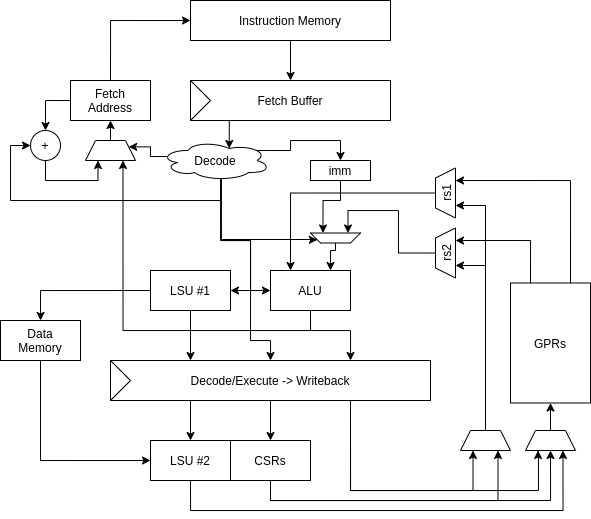
This is docs/pipeline-diagram.png from ben-marshall/croyde-riscv, a draw.io export, as it was before one commit. Source tidied: cells renumbered, new cells last; positions are measured from the earlier drawing's top-left corner, leaving out a move shared by most shapes.
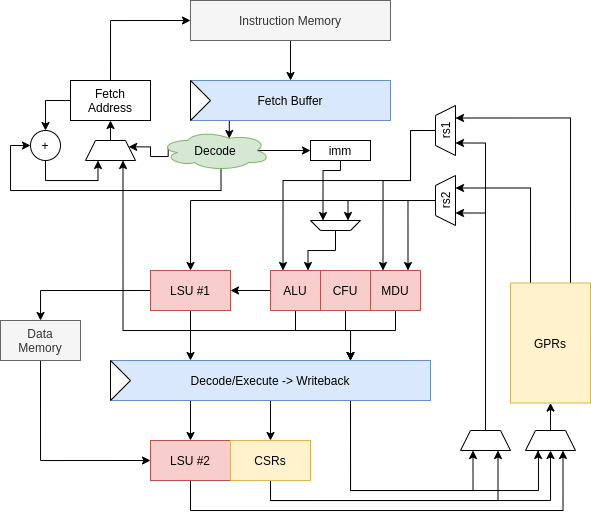
Later version of the same file.

Commit message:
docs: Update pipeline diagram

The edit, as a diff of the source:
```diff
@@ -5,13 +5,13 @@
     <mxCell id="2" style="edgeStyle=orthogonalEdgeStyle;rounded=0;jettySize=auto;html=1;exitX=0.25;exitY=1;exitDx=0;exitDy=0;entryX=0.625;entryY=0.2;entryDx=0;entryDy=0;entryPerimeter=0;" parent="1" edge="1" source="3" target="31">
       <mxGeometry relative="1" as="geometry" />
     </mxCell>
-    <mxCell id="3" value="Fetch Buffer" style="rounded=0;whiteSpace=wrap;html=1;" parent="1" vertex="1">
+    <mxCell id="3" value="Fetch Buffer" style="rounded=0;whiteSpace=wrap;html=1;fillColor=#dae8fc;strokeColor=#6c8ebf;" parent="1" vertex="1">
       <mxGeometry x="190" y="80" width="200" height="40" as="geometry" />
     </mxCell>
     <mxCell id="4" style="edgeStyle=orthogonalEdgeStyle;rounded=0;jettySize=auto;html=1;exitX=0.5;exitY=1;exitDx=0;exitDy=0;entryX=0.5;entryY=0;entryDx=0;entryDy=0;" parent="1" edge="1" source="5" target="3">
       <mxGeometry relative="1" as="geometry" />
     </mxCell>
-    <mxCell id="5" value="Instruction Memory" style="rounded=0;whiteSpace=wrap;html=1;" parent="1" vertex="1">
+    <mxCell id="5" value="Instruction Memory" style="rounded=0;whiteSpace=wrap;html=1;fillColor=#f5f5f5;strokeColor=#666666;fontColor=#333333;" parent="1" vertex="1">
       <mxGeometry x="190" width="200" height="40" as="geometry" />
     </mxCell>
     <mxCell id="6" style="edgeStyle=orthogonalEdgeStyle;rounded=0;jettySize=auto;html=1;exitX=0.5;exitY=0;exitDx=0;exitDy=0;entryX=0;entryY=0.5;entryDx=0;entryDy=0;" parent="1" edge="1" source="8" target="5">
@@ -23,142 +23,128 @@
     <mxCell id="8" value="Fetch&lt;br&gt;Address" style="rounded=0;whiteSpace=wrap;html=1;" parent="1" vertex="1">
       <mxGeometry x="70" y="80" width="80" height="40" as="geometry" />
     </mxCell>
-    <mxCell id="9" style="edgeStyle=orthogonalEdgeStyle;rounded=0;jettySize=auto;html=1;exitX=0.5;exitY=1;exitDx=0;exitDy=0;entryX=0.75;entryY=0;entryDx=0;entryDy=0;" parent="1" edge="1" source="11" target="40">
+    <mxCell id="9" style="edgeStyle=orthogonalEdgeStyle;rounded=0;jettySize=auto;html=1;exitX=0.5;exitY=1;exitDx=0;exitDy=0;entryX=0.75;entryY=0;entryDx=0;entryDy=0;" parent="1" edge="1" source="12" target="40">
       <mxGeometry relative="1" as="geometry">
         <Array as="points">
-          <mxPoint x="310" y="330" />
+          <mxPoint x="295" y="330" />
           <mxPoint x="350" y="330" />
         </Array>
       </mxGeometry>
     </mxCell>
-    <mxCell id="10" style="edgeStyle=orthogonalEdgeStyle;rounded=0;jettySize=auto;html=1;exitX=0.5;exitY=1;exitDx=0;exitDy=0;entryX=0.75;entryY=1;entryDx=0;entryDy=0;" parent="1" edge="1" source="11" target="54">
+    <mxCell id="10" style="edgeStyle=orthogonalEdgeStyle;rounded=0;jettySize=auto;html=1;exitX=0.5;exitY=1;exitDx=0;exitDy=0;entryX=0.75;entryY=1;entryDx=0;entryDy=0;" parent="1" edge="1" source="12" target="54">
       <mxGeometry relative="1" as="geometry" />
     </mxCell>
-    <mxCell id="11" value="ALU" style="rounded=0;whiteSpace=wrap;html=1;" parent="1" vertex="1">
-      <mxGeometry x="270" y="270" width="80" height="40" as="geometry" />
+    <mxCell id="11" style="edgeStyle=orthogonalEdgeStyle;rounded=0;jettySize=auto;html=1;exitX=0;exitY=0.5;exitDx=0;exitDy=0;entryX=1;entryY=0.5;entryDx=0;entryDy=0;" parent="1" edge="1" source="12" target="15">
+      <mxGeometry relative="1" as="geometry" />
     </mxCell>
-    <mxCell id="12" style="edgeStyle=orthogonalEdgeStyle;rounded=0;jettySize=auto;html=1;exitX=0;exitY=0.5;exitDx=0;exitDy=0;" parent="1" edge="1" source="14" target="16">
-      <mxGeometry relative="1" as="geometry" />
+    <mxCell id="12" value="ALU" style="rounded=0;whiteSpace=wrap;html=1;fillColor=#f8cecc;strokeColor=#b85450;" parent="1" vertex="1">
+      <mxGeometry x="270" y="270" width="50" height="40" as="geometry" />
     </mxCell>
-    <mxCell id="13" style="edgeStyle=orthogonalEdgeStyle;rounded=0;jettySize=auto;html=1;exitX=0.5;exitY=1;exitDx=0;exitDy=0;entryX=0.25;entryY=0;entryDx=0;entryDy=0;" parent="1" edge="1" source="14" target="40">
+    <mxCell id="13" style="edgeStyle=orthogonalEdgeStyle;rounded=0;jettySize=auto;html=1;exitX=0;exitY=0.5;exitDx=0;exitDy=0;" parent="1" edge="1" source="15" target="17">
       <mxGeometry relative="1" as="geometry" />
     </mxCell>
-    <mxCell id="14" value="LSU #1" style="rounded=0;whiteSpace=wrap;html=1;" parent="1" vertex="1">
-      <mxGeometry x="150" y="270" width="80" height="40" as="geometry" />
+    <mxCell id="14" style="edgeStyle=orthogonalEdgeStyle;rounded=0;jettySize=auto;html=1;exitX=0.5;exitY=1;exitDx=0;exitDy=0;entryX=0.25;entryY=0;entryDx=0;entryDy=0;" parent="1" edge="1" source="15" target="40">
+      <mxGeometry relative="1" as="geometry" />
     </mxCell>
-    <mxCell id="15" style="edgeStyle=orthogonalEdgeStyle;rounded=0;jettySize=auto;html=1;exitX=0.5;exitY=1;exitDx=0;exitDy=0;entryX=0;entryY=0.5;entryDx=0;entryDy=0;" parent="1" edge="1" source="16" target="44">
-      <mxGeometry relative="1" as="geometry" />
+    <mxCell id="15" value="LSU #1" style="rounded=0;whiteSpace=wrap;html=1;fillColor=#f8cecc;strokeColor=#b85450;" parent="1" vertex="1">
+      <mxGeometry x="150" y="270" width="80" height="40" as="geometry" />
     </mxCell>
-    <mxCell id="16" value="Data&lt;br&gt;Memory" style="rounded=0;whiteSpace=wrap;html=1;" parent="1" vertex="1">
-      <mxGeometry y="320" width="80" height="40" as="geometry" />
+    <mxCell id="16" style="edgeStyle=orthogonalEdgeStyle;rounded=0;jettySize=auto;html=1;exitX=0.5;exitY=1;exitDx=0;exitDy=0;entryX=0;entryY=0.5;entryDx=0;entryDy=0;" parent="1" edge="1" source="17" target="44">
+      <mxGeometry relative="1" as="geometry" />
     </mxCell>
-    <mxCell id="17" style="edgeStyle=orthogonalEdgeStyle;rounded=0;jettySize=auto;html=1;exitX=0.25;exitY=0;exitDx=0;exitDy=0;entryX=0.75;entryY=1;entryDx=0;entryDy=0;" parent="1" edge="1" source="19" target="23">
-      <mxGeometry relative="1" as="geometry" />
+    <mxCell id="17" value="Data&lt;br&gt;Memory" style="rounded=0;whiteSpace=wrap;html=1;fillColor=#f5f5f5;strokeColor=#666666;fontColor=#333333;" parent="1" vertex="1">
+      <mxGeometry y="320" width="80" height="40" as="geometry" />
     </mxCell>
-    <mxCell id="18" style="edgeStyle=orthogonalEdgeStyle;rounded=0;jettySize=auto;html=1;exitX=0.75;exitY=0;exitDx=0;exitDy=0;entryX=0.75;entryY=1;entryDx=0;entryDy=0;" parent="1" edge="1" source="19" target="21">
+    <mxCell id="18" style="edgeStyle=orthogonalEdgeStyle;rounded=0;jettySize=auto;html=1;exitX=0.25;exitY=0;exitDx=0;exitDy=0;entryX=0.75;entryY=1;entryDx=0;entryDy=0;" parent="1" edge="1" source="20" target="27">
       <mxGeometry relative="1" as="geometry" />
     </mxCell>
-    <mxCell id="19" value="GPRs" style="rounded=0;whiteSpace=wrap;html=1;" parent="1" vertex="1">
-      <mxGeometry x="510" y="282.5" width="80" height="120" as="geometry" />
+    <mxCell id="19" style="edgeStyle=orthogonalEdgeStyle;rounded=0;jettySize=auto;html=1;exitX=0.75;exitY=0;exitDx=0;exitDy=0;entryX=0.75;entryY=1;entryDx=0;entryDy=0;" parent="1" edge="1" source="20" target="23">
+      <mxGeometry relative="1" as="geometry" />
     </mxCell>
-    <mxCell id="20" style="edgeStyle=orthogonalEdgeStyle;rounded=0;jettySize=auto;html=1;exitX=0.5;exitY=0;exitDx=0;exitDy=0;entryX=0.25;entryY=0;entryDx=0;entryDy=0;" parent="1" edge="1" source="21" target="11">
-      <mxGeometry relative="1" as="geometry" />
+    <mxCell id="20" value="GPRs" style="rounded=0;whiteSpace=wrap;html=1;fillColor=#fff2cc;strokeColor=#d6b656;" parent="1" vertex="1">
+      <mxGeometry x="510" y="282.5" width="80" height="120" as="geometry" />
     </mxCell>
-    <mxCell id="21" value="rs1" style="shape=trapezoid;perimeter=trapezoidPerimeter;whiteSpace=wrap;html=1;rotation=-90;" parent="1" vertex="1">
-      <mxGeometry x="420" y="182.5" width="50" height="20" as="geometry" />
+    <mxCell id="21" style="edgeStyle=orthogonalEdgeStyle;rounded=0;jettySize=auto;html=1;exitX=0.5;exitY=0;exitDx=0;exitDy=0;entryX=0.25;entryY=0;entryDx=0;entryDy=0;" parent="1" edge="1" source="23" target="12">
+      <mxGeometry relative="1" as="geometry">
+        <Array as="points">
+          <mxPoint x="410" y="130" />
+          <mxPoint x="410" y="180" />
+          <mxPoint x="283" y="180" />
+        </Array>
+      </mxGeometry>
     </mxCell>
-    <mxCell id="22" style="edgeStyle=orthogonalEdgeStyle;rounded=0;jettySize=auto;html=1;exitX=0.5;exitY=0;exitDx=0;exitDy=0;entryX=0.25;entryY=1;entryDx=0;entryDy=0;" parent="1" edge="1" source="23" target="35">
+    <mxCell id="22" style="edgeStyle=orthogonalEdgeStyle;rounded=0;jettySize=auto;html=1;exitX=0.5;exitY=0;exitDx=0;exitDy=0;entryX=0.25;entryY=0;entryDx=0;entryDy=0;" parent="1" edge="1" source="23" target="58">
       <mxGeometry relative="1" as="geometry">
         <Array as="points">
-          <mxPoint x="398" y="253" />
-          <mxPoint x="398" y="210" />
-          <mxPoint x="348" y="210" />
+          <mxPoint x="410" y="130" />
+          <mxPoint x="410" y="180" />
+          <mxPoint x="383" y="180" />
         </Array>
       </mxGeometry>
     </mxCell>
-    <mxCell id="23" value="rs2" style="shape=trapezoid;perimeter=trapezoidPerimeter;whiteSpace=wrap;html=1;rotation=-90;" parent="1" vertex="1">
-      <mxGeometry x="420" y="242.5" width="50" height="20" as="geometry" />
+    <mxCell id="23" value="rs1" style="shape=trapezoid;perimeter=trapezoidPerimeter;whiteSpace=wrap;html=1;rotation=-90;" parent="1" vertex="1">
+      <mxGeometry x="420" y="120" width="50" height="20" as="geometry" />
     </mxCell>
-    <mxCell id="24" style="edgeStyle=orthogonalEdgeStyle;rounded=0;jettySize=auto;html=1;exitX=0.55;exitY=0.95;exitDx=0;exitDy=0;exitPerimeter=0;entryX=1;entryY=0.25;entryDx=0;entryDy=0;" parent="1" edge="1" source="31" target="35">
+    <mxCell id="24" style="edgeStyle=orthogonalEdgeStyle;rounded=0;jettySize=auto;html=1;exitX=0.5;exitY=0;exitDx=0;exitDy=0;entryX=0.25;entryY=1;entryDx=0;entryDy=0;" parent="1" edge="1" source="27" target="35">
       <mxGeometry relative="1" as="geometry">
         <Array as="points">
-          <mxPoint x="221" y="239" />
-          <mxPoint x="317" y="239" />
+          <mxPoint x="348" y="200" />
         </Array>
       </mxGeometry>
     </mxCell>
-    <mxCell id="25" style="edgeStyle=orthogonalEdgeStyle;rounded=0;jettySize=auto;html=1;exitX=0.88;exitY=0.25;exitDx=0;exitDy=0;exitPerimeter=0;entryX=0.5;entryY=0;entryDx=0;entryDy=0;" parent="1" edge="1" source="31" target="33">
+    <mxCell id="25" style="edgeStyle=orthogonalEdgeStyle;rounded=0;jettySize=auto;html=1;exitX=0.5;exitY=0;exitDx=0;exitDy=0;entryX=0.75;entryY=0;entryDx=0;entryDy=0;" parent="1" edge="1" source="27" target="58">
       <mxGeometry relative="1" as="geometry" />
     </mxCell>
-    <mxCell id="26" style="edgeStyle=orthogonalEdgeStyle;rounded=0;jettySize=auto;html=1;exitX=0.55;exitY=0.95;exitDx=0;exitDy=0;exitPerimeter=0;entryX=0;entryY=0.5;entryDx=0;entryDy=0;" parent="1" edge="1" source="31" target="11">
-      <mxGeometry relative="1" as="geometry">
-        <Array as="points">
-          <mxPoint x="221" y="240" />
-          <mxPoint x="250" y="240" />
-          <mxPoint x="250" y="290" />
-        </Array>
-      </mxGeometry>
+    <mxCell id="26" style="edgeStyle=orthogonalEdgeStyle;rounded=0;jettySize=auto;html=1;exitX=0.5;exitY=0;exitDx=0;exitDy=0;" parent="1" edge="1" source="27" target="15">
+      <mxGeometry relative="1" as="geometry" />
     </mxCell>
-    <mxCell id="27" style="edgeStyle=orthogonalEdgeStyle;rounded=0;jettySize=auto;html=1;exitX=0.55;exitY=0.95;exitDx=0;exitDy=0;exitPerimeter=0;entryX=1;entryY=0.5;entryDx=0;entryDy=0;" parent="1" edge="1" source="31" target="14">
-      <mxGeometry relative="1" as="geometry">
-        <Array as="points">
-          <mxPoint x="221" y="240" />
-          <mxPoint x="250" y="240" />
-          <mxPoint x="250" y="290" />
-        </Array>
-      </mxGeometry>
+    <mxCell id="27" value="rs2" style="shape=trapezoid;perimeter=trapezoidPerimeter;whiteSpace=wrap;html=1;rotation=-90;" parent="1" vertex="1">
+      <mxGeometry x="420" y="190" width="50" height="20" as="geometry" />
     </mxCell>
-    <mxCell id="28" style="edgeStyle=orthogonalEdgeStyle;rounded=0;jettySize=auto;html=1;exitX=0.55;exitY=0.95;exitDx=0;exitDy=0;exitPerimeter=0;entryX=0.5;entryY=0;entryDx=0;entryDy=0;" parent="1" edge="1" source="31" target="40">
+    <mxCell id="28" style="edgeStyle=orthogonalEdgeStyle;rounded=0;jettySize=auto;html=1;exitX=0.55;exitY=0.95;exitDx=0;exitDy=0;exitPerimeter=0;entryX=0;entryY=0.5;entryDx=0;entryDy=0;" parent="1" edge="1" source="31" target="56">
       <mxGeometry relative="1" as="geometry">
         <Array as="points">
-          <mxPoint x="221" y="240" />
-          <mxPoint x="250" y="240" />
-          <mxPoint x="250" y="340" />
-          <mxPoint x="270" y="340" />
+          <mxPoint x="221" y="190" />
+          <mxPoint x="10" y="190" />
+          <mxPoint x="10" y="145" />
         </Array>
       </mxGeometry>
     </mxCell>
-    <mxCell id="29" style="edgeStyle=orthogonalEdgeStyle;rounded=0;jettySize=auto;html=1;exitX=0.55;exitY=0.95;exitDx=0;exitDy=0;exitPerimeter=0;entryX=0;entryY=0.5;entryDx=0;entryDy=0;" parent="1" edge="1" source="31" target="56">
+    <mxCell id="29" style="edgeStyle=orthogonalEdgeStyle;rounded=0;jettySize=auto;html=1;exitX=0.07;exitY=0.4;exitDx=0;exitDy=0;exitPerimeter=0;entryX=1;entryY=0.25;entryDx=0;entryDy=0;" parent="1" edge="1" source="31" target="54">
       <mxGeometry relative="1" as="geometry">
         <Array as="points">
-          <mxPoint x="221" y="200" />
-          <mxPoint x="10" y="200" />
-          <mxPoint x="10" y="145" />
+          <mxPoint x="150" y="156" />
+          <mxPoint x="150" y="146" />
         </Array>
       </mxGeometry>
     </mxCell>
-    <mxCell id="30" style="edgeStyle=orthogonalEdgeStyle;rounded=0;jettySize=auto;html=1;exitX=0.07;exitY=0.4;exitDx=0;exitDy=0;exitPerimeter=0;entryX=1;entryY=0.25;entryDx=0;entryDy=0;" parent="1" edge="1" source="31" target="54">
-      <mxGeometry relative="1" as="geometry">
-        <Array as="points">
-          <mxPoint x="150" y="156" />
-          <mxPoint x="150" y="146" />
-        </Array>
-      </mxGeometry>
+    <mxCell id="30" style="edgeStyle=orthogonalEdgeStyle;rounded=0;jettySize=auto;html=1;exitX=0.875;exitY=0.5;exitDx=0;exitDy=0;exitPerimeter=0;entryX=0;entryY=0.5;entryDx=0;entryDy=0;" parent="1" edge="1" source="31" target="33">
+      <mxGeometry relative="1" as="geometry" />
     </mxCell>
-    <mxCell id="31" value="Decode" style="ellipse;shape=cloud;whiteSpace=wrap;html=1;" parent="1" vertex="1">
-      <mxGeometry x="160" y="140" width="110" height="40" as="geometry" />
+    <mxCell id="31" value="Decode" style="ellipse;shape=cloud;whiteSpace=wrap;html=1;fillColor=#d5e8d4;strokeColor=#82b366;" parent="1" vertex="1">
+      <mxGeometry x="160" y="130" width="110" height="40" as="geometry" />
     </mxCell>
     <mxCell id="32" style="edgeStyle=orthogonalEdgeStyle;rounded=0;jettySize=auto;html=1;exitX=0.5;exitY=1;exitDx=0;exitDy=0;entryX=0.75;entryY=1;entryDx=0;entryDy=0;" parent="1" edge="1" source="33" target="35">
       <mxGeometry relative="1" as="geometry">
         <Array as="points">
-          <mxPoint x="340" y="200" />
-          <mxPoint x="323" y="200" />
+          <mxPoint x="340" y="170" />
+          <mxPoint x="323" y="170" />
         </Array>
       </mxGeometry>
     </mxCell>
     <mxCell id="33" value="imm" style="rounded=0;whiteSpace=wrap;html=1;" parent="1" vertex="1">
-      <mxGeometry x="310" y="160" width="60" height="20" as="geometry" />
+      <mxGeometry x="310" y="140" width="60" height="20" as="geometry" />
     </mxCell>
-    <mxCell id="34" style="edgeStyle=orthogonalEdgeStyle;rounded=0;jettySize=auto;html=1;entryX=0.75;entryY=0;entryDx=0;entryDy=0;exitX=0.5;exitY=0;exitDx=0;exitDy=0;" parent="1" edge="1" source="35" target="11">
+    <mxCell id="34" style="edgeStyle=orthogonalEdgeStyle;rounded=0;jettySize=auto;html=1;exitX=0.5;exitY=0;exitDx=0;exitDy=0;entryX=0.75;entryY=0;entryDx=0;entryDy=0;" parent="1" edge="1" source="35" target="12">
       <mxGeometry relative="1" as="geometry">
         <Array as="points">
           <mxPoint x="335" y="250" />
-          <mxPoint x="330" y="250" />
+          <mxPoint x="308" y="250" />
         </Array>
       </mxGeometry>
     </mxCell>
     <mxCell id="35" style="shape=trapezoid;perimeter=trapezoidPerimeter;whiteSpace=wrap;html=1;rotation=-180;" parent="1" vertex="1">
-      <mxGeometry x="310" y="232.5" width="50" height="10" as="geometry" />
+      <mxGeometry x="310" y="220" width="50" height="10" as="geometry" />
     </mxCell>
     <mxCell id="36" style="edgeStyle=orthogonalEdgeStyle;rounded=0;jettySize=auto;html=1;exitX=0.25;exitY=1;exitDx=0;exitDy=0;entryX=0.5;entryY=0;entryDx=0;entryDy=0;" parent="1" edge="1" source="40" target="44">
       <mxGeometry relative="1" as="geometry" />
@@ -183,7 +169,7 @@
         </Array>
       </mxGeometry>
     </mxCell>
-    <mxCell id="40" value="Decode/Execute -&amp;gt; Writeback" style="rounded=0;whiteSpace=wrap;html=1;" parent="1" vertex="1">
+    <mxCell id="40" value="Decode/Execute -&amp;gt; Writeback" style="rounded=0;whiteSpace=wrap;html=1;fillColor=#dae8fc;strokeColor=#6c8ebf;" parent="1" vertex="1">
       <mxGeometry x="110" y="360" width="320" height="40" as="geometry" />
     </mxCell>
     <mxCell id="41" style="triangle;whiteSpace=wrap;html=1;" parent="1" vertex="1">
@@ -200,7 +186,7 @@
         </Array>
       </mxGeometry>
     </mxCell>
-    <mxCell id="44" value="LSU #2" style="rounded=0;whiteSpace=wrap;html=1;" parent="1" vertex="1">
+    <mxCell id="44" value="LSU #2" style="rounded=0;whiteSpace=wrap;html=1;fillColor=#f8cecc;strokeColor=#b85450;" parent="1" vertex="1">
       <mxGeometry x="150" y="440" width="80" height="40" as="geometry" />
     </mxCell>
     <mxCell id="45" style="edgeStyle=orthogonalEdgeStyle;rounded=0;jettySize=auto;html=1;exitX=0.5;exitY=1;exitDx=0;exitDy=0;entryX=0.5;entryY=1;entryDx=0;entryDy=0;" parent="1" edge="1" source="47" target="49">
@@ -209,19 +195,19 @@
     <mxCell id="46" style="edgeStyle=orthogonalEdgeStyle;rounded=0;jettySize=auto;html=1;exitX=0.5;exitY=1;exitDx=0;exitDy=0;entryX=0.75;entryY=1;entryDx=0;entryDy=0;" parent="1" edge="1" source="47" target="52">
       <mxGeometry relative="1" as="geometry" />
     </mxCell>
-    <mxCell id="47" value="CSRs" style="rounded=0;whiteSpace=wrap;html=1;" parent="1" vertex="1">
+    <mxCell id="47" value="CSRs" style="rounded=0;whiteSpace=wrap;html=1;fillColor=#fff2cc;strokeColor=#d6b656;" parent="1" vertex="1">
       <mxGeometry x="230" y="440" width="80" height="40" as="geometry" />
     </mxCell>
-    <mxCell id="48" style="edgeStyle=orthogonalEdgeStyle;rounded=0;jettySize=auto;html=1;exitX=0.5;exitY=0;exitDx=0;exitDy=0;entryX=0.5;entryY=1;entryDx=0;entryDy=0;" parent="1" edge="1" source="49" target="19">
+    <mxCell id="48" style="edgeStyle=orthogonalEdgeStyle;rounded=0;jettySize=auto;html=1;exitX=0.5;exitY=0;exitDx=0;exitDy=0;entryX=0.5;entryY=1;entryDx=0;entryDy=0;" parent="1" edge="1" source="49" target="20">
       <mxGeometry relative="1" as="geometry" />
     </mxCell>
     <mxCell id="49" style="shape=trapezoid;perimeter=trapezoidPerimeter;whiteSpace=wrap;html=1;rotation=0;" parent="1" vertex="1">
       <mxGeometry x="525" y="430" width="50" height="20" as="geometry" />
     </mxCell>
-    <mxCell id="50" style="edgeStyle=orthogonalEdgeStyle;rounded=0;jettySize=auto;html=1;exitX=0.5;exitY=0;exitDx=0;exitDy=0;entryX=0.25;entryY=1;entryDx=0;entryDy=0;" parent="1" edge="1" source="52" target="23">
+    <mxCell id="50" style="edgeStyle=orthogonalEdgeStyle;rounded=0;jettySize=auto;html=1;exitX=0.5;exitY=0;exitDx=0;exitDy=0;entryX=0.25;entryY=1;entryDx=0;entryDy=0;" parent="1" edge="1" source="52" target="27">
       <mxGeometry relative="1" as="geometry" />
     </mxCell>
-    <mxCell id="51" style="edgeStyle=orthogonalEdgeStyle;rounded=0;jettySize=auto;html=1;exitX=0.5;exitY=0;exitDx=0;exitDy=0;entryX=0.25;entryY=1;entryDx=0;entryDy=0;" parent="1" edge="1" source="52" target="21">
+    <mxCell id="51" style="edgeStyle=orthogonalEdgeStyle;rounded=0;jettySize=auto;html=1;exitX=0.5;exitY=0;exitDx=0;exitDy=0;entryX=0.25;entryY=1;entryDx=0;entryDy=0;" parent="1" edge="1" source="52" target="23">
       <mxGeometry relative="1" as="geometry" />
     </mxCell>
     <mxCell id="52" style="shape=trapezoid;perimeter=trapezoidPerimeter;whiteSpace=wrap;html=1;rotation=0;" parent="1" vertex="1">
@@ -239,5 +225,27 @@
     <mxCell id="56" value="+" style="ellipse;whiteSpace=wrap;html=1;" parent="1" vertex="1">
       <mxGeometry x="30" y="130" width="30" height="30" as="geometry" />
     </mxCell>
+    <mxCell id="57" style="edgeStyle=orthogonalEdgeStyle;rounded=0;jettySize=auto;html=1;exitX=0.5;exitY=1;exitDx=0;exitDy=0;entryX=0.75;entryY=0;entryDx=0;entryDy=0;" parent="1" edge="1" source="58" target="40">
+      <mxGeometry relative="1" as="geometry">
+        <Array as="points">
+          <mxPoint x="395" y="330" />
+          <mxPoint x="350" y="330" />
+        </Array>
+      </mxGeometry>
+    </mxCell>
+    <mxCell id="58" value="MDU" style="rounded=0;whiteSpace=wrap;html=1;fillColor=#f8cecc;strokeColor=#b85450;" parent="1" vertex="1">
+      <mxGeometry x="370" y="270" width="50" height="40" as="geometry" />
+    </mxCell>
+    <mxCell id="59" style="edgeStyle=orthogonalEdgeStyle;rounded=0;jettySize=auto;html=1;exitX=0.5;exitY=1;exitDx=0;exitDy=0;entryX=0.75;entryY=0;entryDx=0;entryDy=0;" parent="1" edge="1" source="60" target="40">
+      <mxGeometry relative="1" as="geometry">
+        <Array as="points">
+          <mxPoint x="345" y="330" />
+          <mxPoint x="350" y="330" />
+        </Array>
+      </mxGeometry>
+    </mxCell>
+    <mxCell id="60" value="CFU" style="rounded=0;whiteSpace=wrap;html=1;fillColor=#f8cecc;strokeColor=#b85450;" parent="1" vertex="1">
+      <mxGeometry x="320" y="270" width="50" height="40" as="geometry" />
+    </mxCell>
   </root>
 </mxGraphModel>
```
